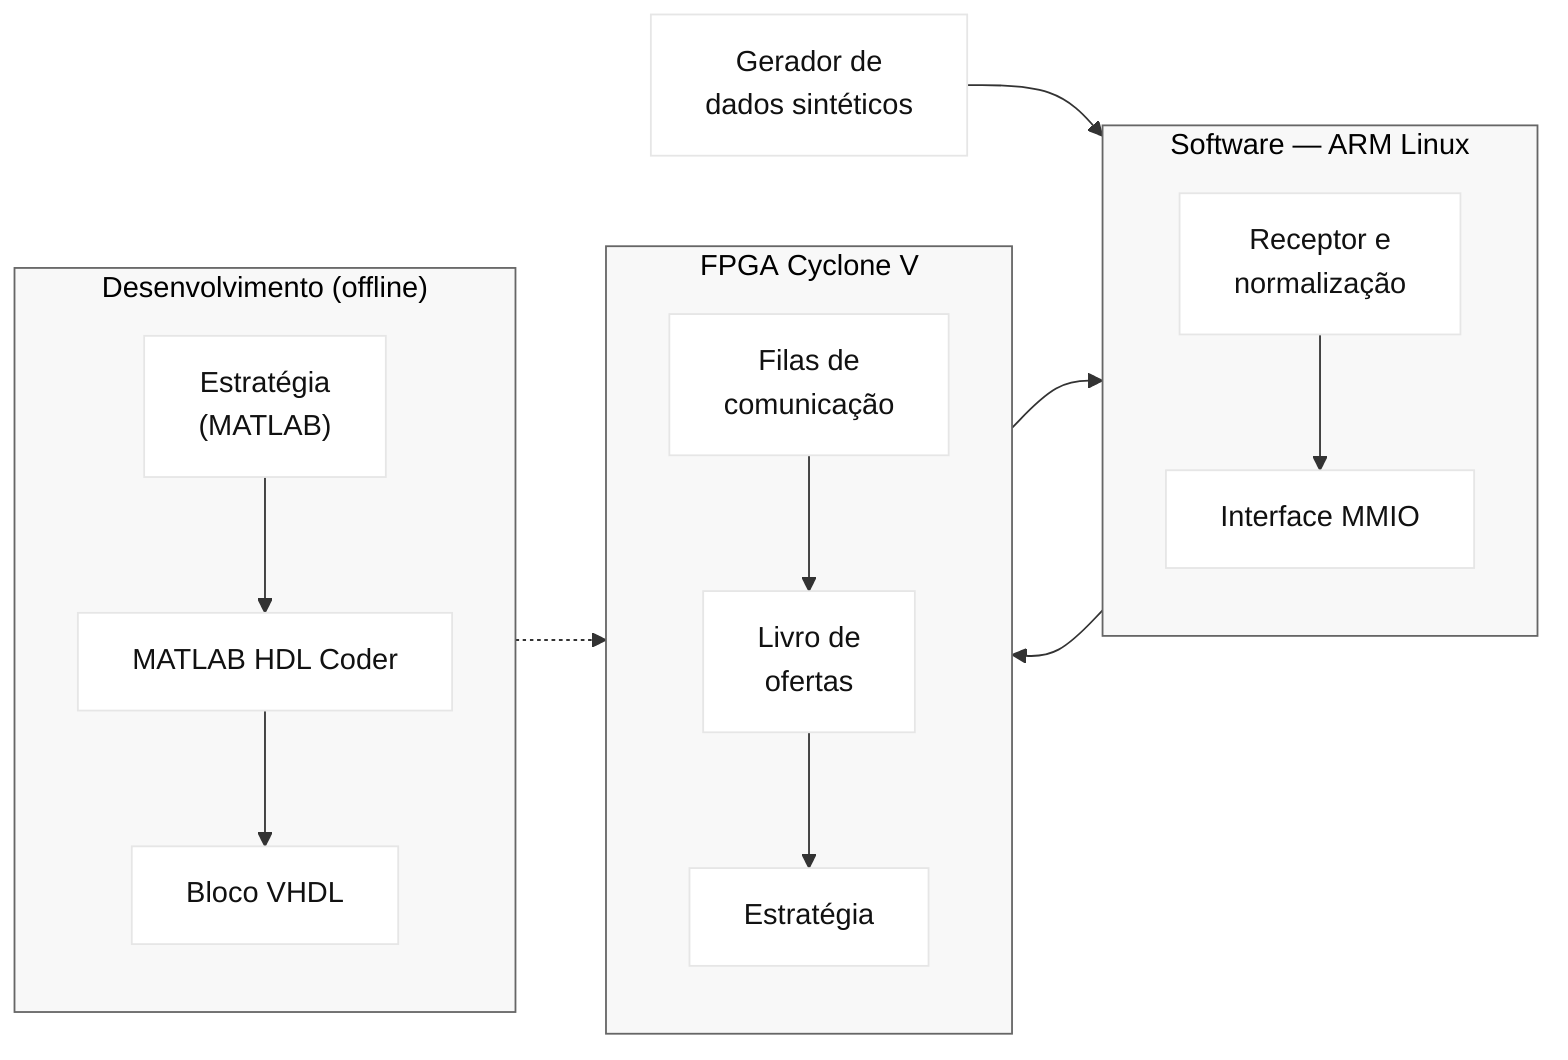
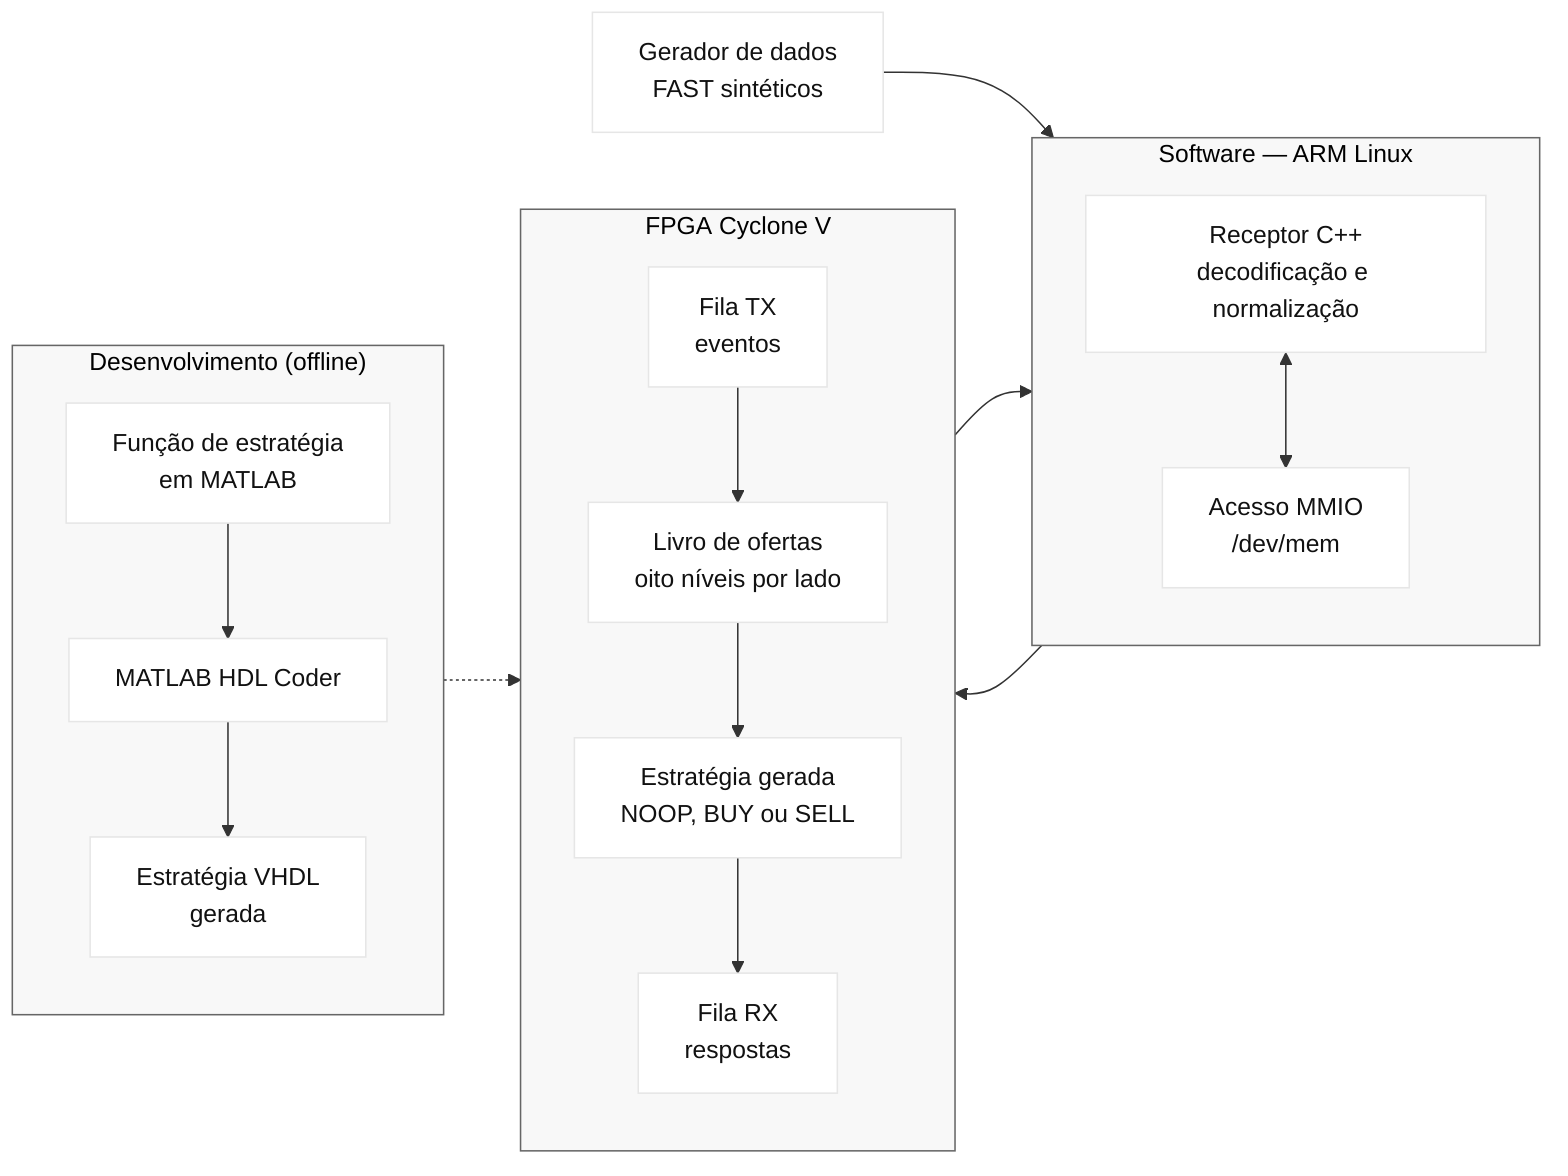
%%{init: {"theme": "base", "flowchart": {"htmlLabels": false}, "themeVariables": {"fontFamily": "Arial", "primaryColor": "#ffffff", "primaryTextColor": "#111111", "lineColor": "#333333", "clusterBkg": "#f8f8f8", "clusterBorder": "#666666"}}}%%
flowchart LR
-     feed["Gerador de<br/>dados sintéticos"]
+     feed["Gerador de dados<br/>FAST sintéticos"]

    subgraph SW["Software — ARM Linux"]
        direction TB
-         recv["Receptor e<br/>normalização"]
-         mmio["Interface MMIO"]
-         recv --> mmio
+         recv["Receptor C++<br/>decodificação e normalização"]
+         mmio["Acesso MMIO<br/>/dev/mem"]
+         recv <--> mmio
    end

    subgraph FPGA["FPGA Cyclone V"]
        direction TB
-         filas["Filas de<br/>comunicação"]
-         livro["Livro de<br/>ofertas"]
-         estrategia["Estratégia"]
-         filas --> livro --> estrategia
+         tx["Fila TX<br/>eventos"]
+         livro["Livro de ofertas<br/>oito níveis por lado"]
+         estrategia["Estratégia gerada<br/>NOOP, BUY ou SELL"]
+         rx["Fila RX<br/>respostas"]
+         tx --> livro --> estrategia --> rx
    end

    subgraph DEV["Desenvolvimento (offline)"]
        direction TB
-         matlab["Estratégia<br/>(MATLAB)"]
+         matlab["Função de estratégia<br/>em MATLAB"]
        hdlcoder["MATLAB HDL Coder"]
-         vhdl["Bloco VHDL"]
+         vhdl["Estratégia VHDL<br/>gerada"]
        matlab --> hdlcoder --> vhdl
    end

    feed --> recv
-     mmio --> filas
-     estrategia --> mmio
+     mmio --> tx
+     rx --> mmio
    vhdl -.-> estrategia
